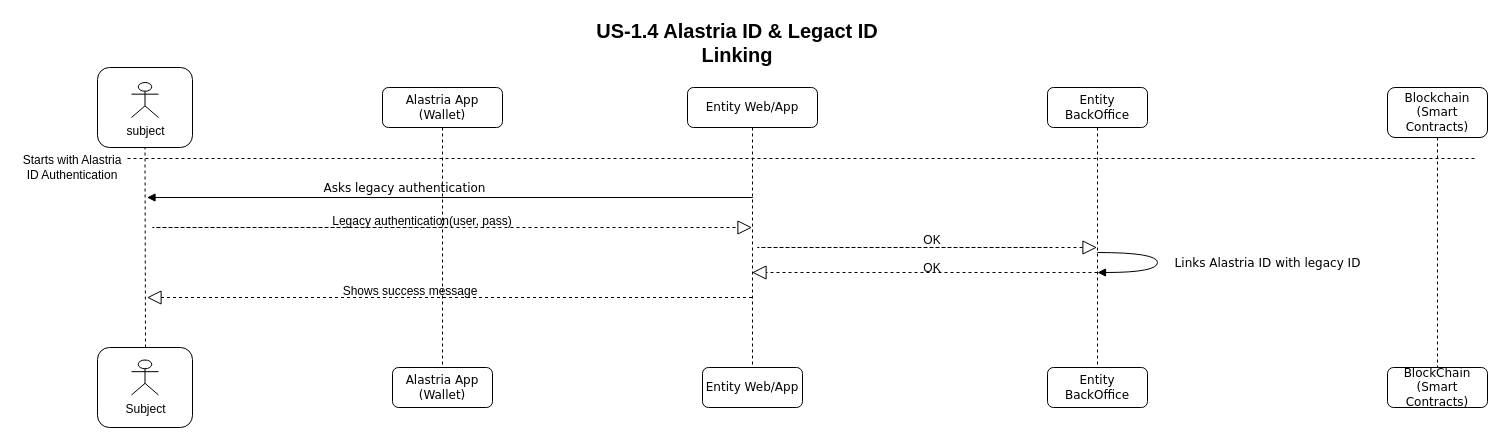
Before: page "US-1.4 Alastria ID & Legact ID Linking" (2 of 12) of docs/diagrams/AlastriaDiagramsUS.drawio in alastria/alastria-identity, a draw.io diagram. Source tidied: cells renumbered, new cells numbered last; positions are measured from the earlier drawing's top-left corner, leaving out a move shared by most shapes. Both pictures are drawn from the tidied source at 100%, with x=0, y=0 at pixel (17, 17).
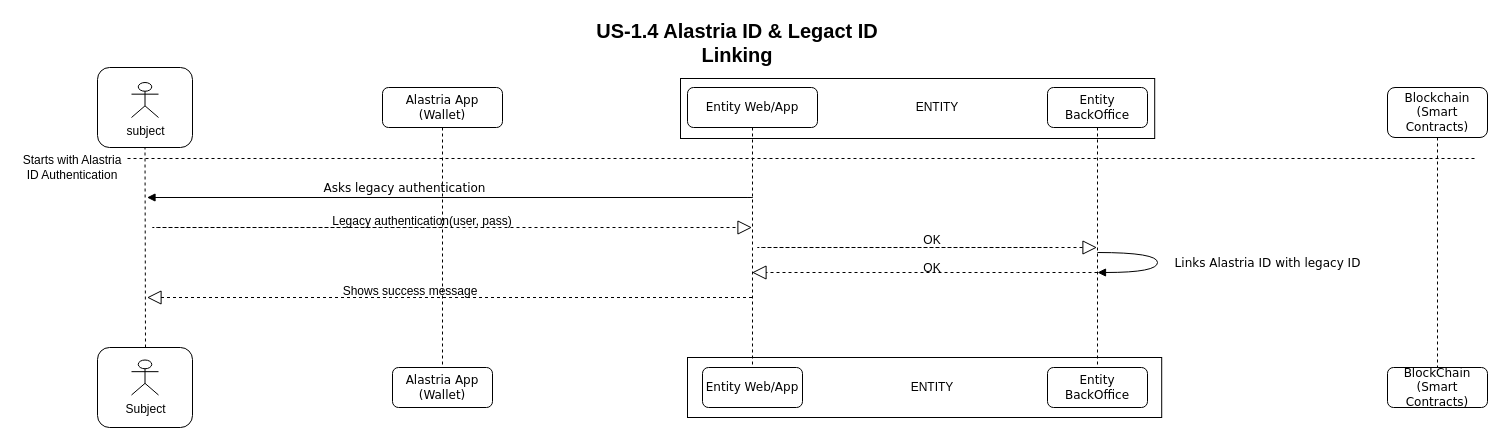
After the change.

The edit, as a diff of the source:
```diff
@@
+    <mxCell id="28" style="rounded=0;whiteSpace=wrap;html=1;" parent="1" vertex="1">
+      <mxGeometry x="670" y="340" width="474.2" height="60" as="geometry" />
+    </mxCell>
+    <mxCell id="29" style="rounded=0;whiteSpace=wrap;html=1;" parent="1" vertex="1">
+      <mxGeometry x="663" y="61" width="474.2" height="60" as="geometry" />
+    </mxCell>
@@
+    <mxCell id="30" value="ENTITY" style="text;html=1;strokeColor=none;fillColor=none;align=center;verticalAlign=middle;whiteSpace=wrap;rounded=0;" parent="1" vertex="1">
+      <mxGeometry x="900" y="80" width="40" height="20" as="geometry" />
+    </mxCell>
+    <mxCell id="31" value="ENTITY" style="text;html=1;strokeColor=none;fillColor=none;align=center;verticalAlign=middle;whiteSpace=wrap;rounded=0;" parent="1" vertex="1">
+      <mxGeometry x="895" y="360" width="40" height="20" as="geometry" />
+    </mxCell>
```
